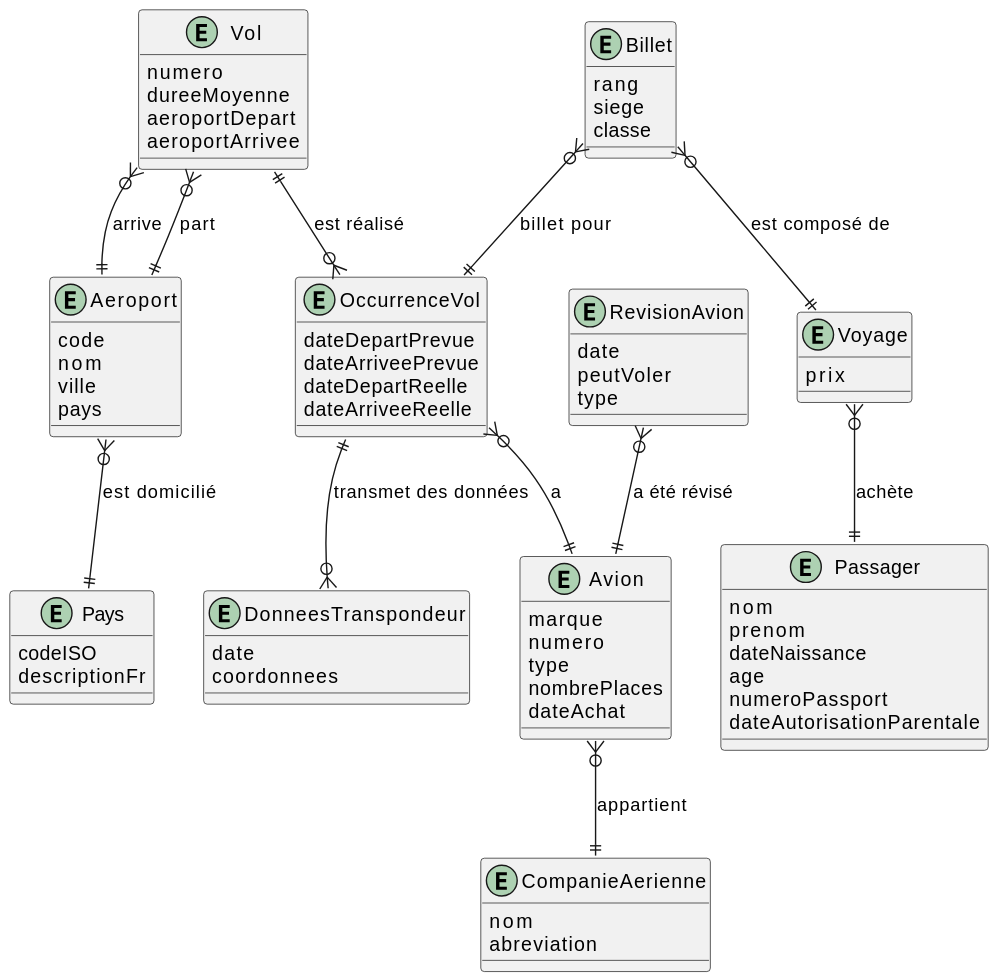
Earlier version of the PlantUML export images/ERD/airline_reservation/erd_airline_reservation_logique.svg (rparadiscsfoy/420-W34-SF-TP01).
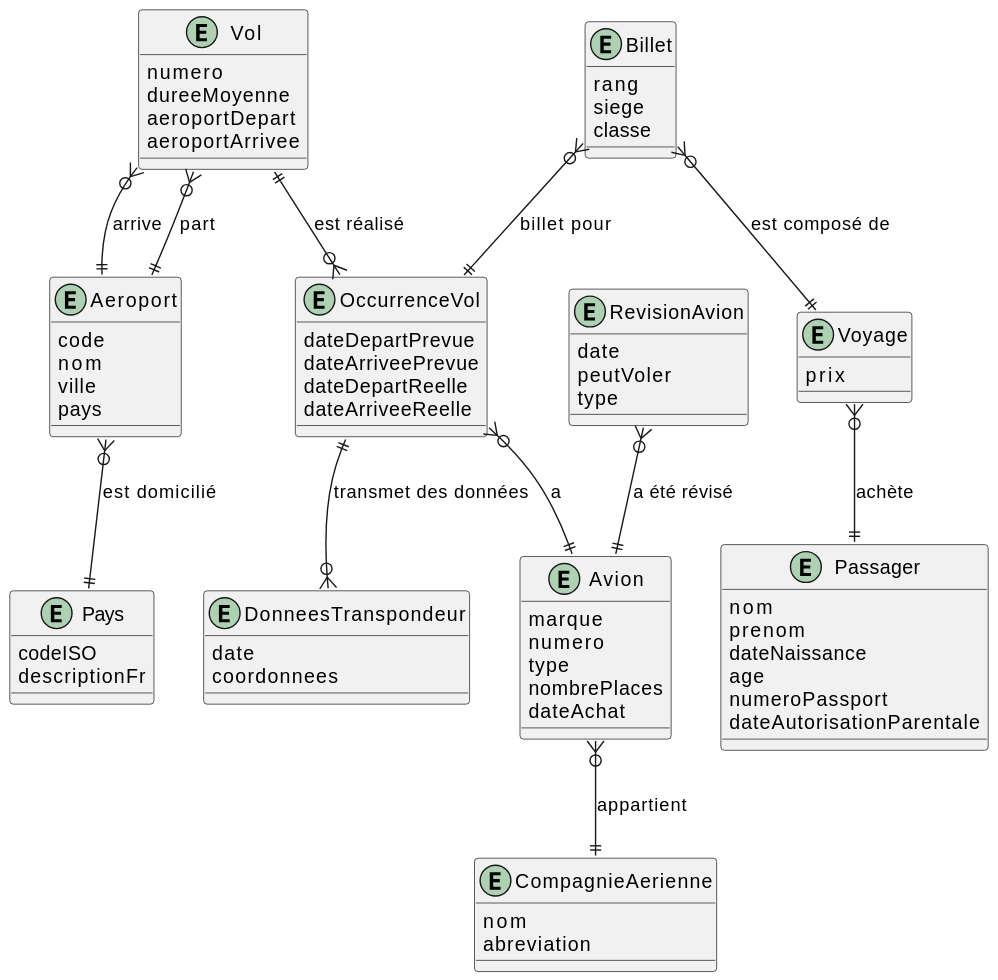
The same diagram one commit later.

Diff of the diagram source:
```diff
@@ -45,7 +45,7 @@
     type
 }
 
-entity CompanieAerienne {
+entity CompagnieAerienne {
     nom
     abreviation
 }
@@ -73,7 +73,7 @@
 Vol }o--|| Aeroport: part
 Vol ||--o{ OccurrenceVol: est réalisé
 
-Avion }o--|| CompanieAerienne: appartient
+Avion }o--|| CompagnieAerienne: appartient
 
 Billet }o--|| Voyage: est composé de
 Billet }o--|| OccurrenceVol: billet pour
```
